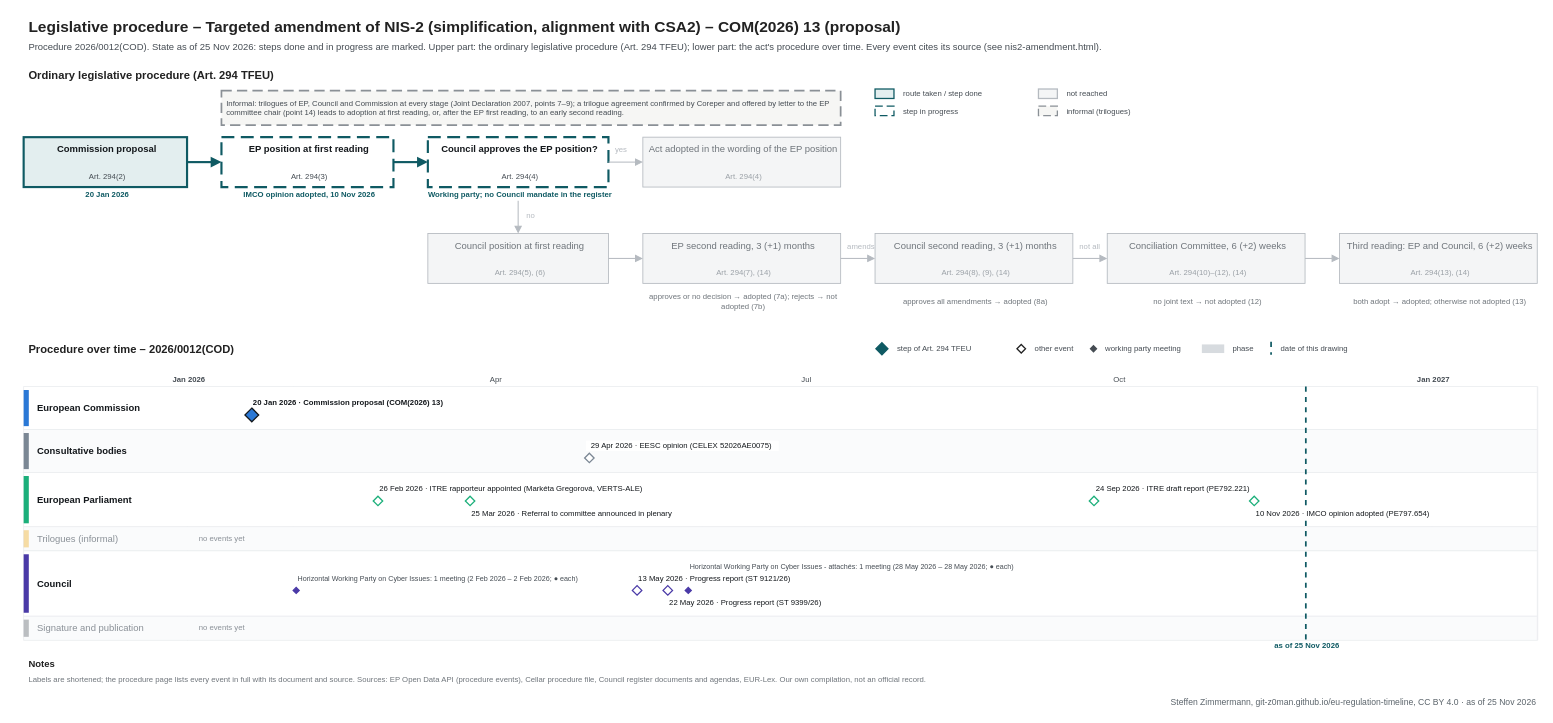
git-z0man/eu-regulation-timeline keeps this draw.io diagram as procedures/nis2-amendment.drawio. Above is the earlier version. Source tidied: cells renumbered, new cells numbered last; positions are measured from the earlier drawing's top-left corner, leaving out a move shared by most shapes. Both pictures are drawn from the tidied source at 86%, with x=0, y=0 at pixel (15, 15).
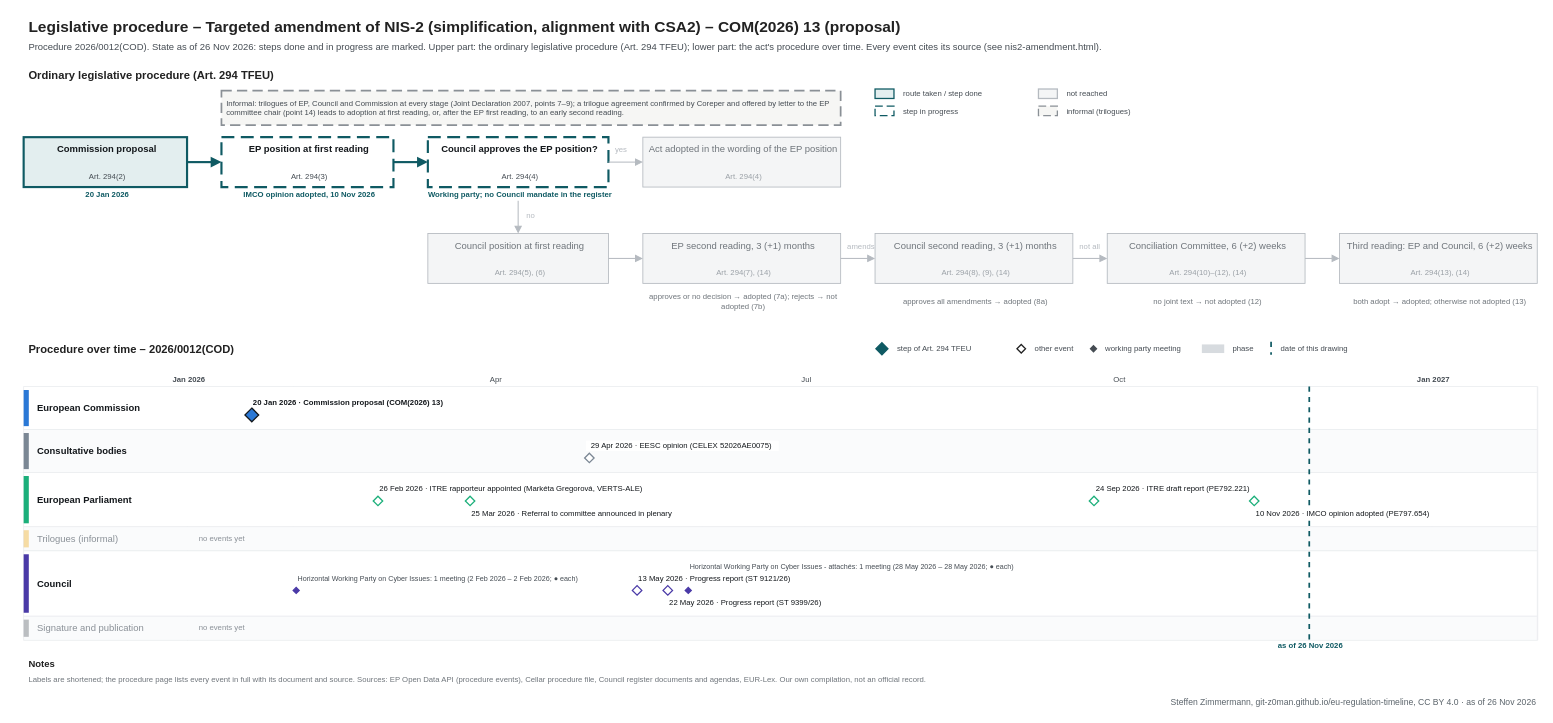
After the change.

Change to the diagram source:
```diff
@@
-    <mxCell id="3" value="Procedure 2026/0012(COD). State as of 25 Nov 2026: steps done and in progress are marked. Upper part: the ordinary legislative procedure (Art. 294 TFEU); lower part: the act's procedure over time. Every event cites its source (see nis2-amendment.html)." style="text;html=1;fontSize=11;fontColor=#454c53;align=left;verticalAlign=middle;spacingLeft=4;" parent="1" vertex="1">
+    <mxCell id="3" value="Procedure 2026/0012(COD). State as of 26 Nov 2026: steps done and in progress are marked. Upper part: the ordinary legislative procedure (Art. 294 TFEU); lower part: the act's procedure over time. Every event cites its source (see nis2-amendment.html)." style="text;html=1;fontSize=11;fontColor=#454c53;align=left;verticalAlign=middle;spacingLeft=4;" parent="1" vertex="1">
       <mxGeometry x="10" y="28" width="1700" height="18" as="geometry" />
     </mxCell>
@@
     <mxCell id="111" style="line;html=1;strokeWidth=2;strokeColor=#0f5a63;direction=south;dashed=1;" parent="1" vertex="1">
-      <mxGeometry x="1500.4" y="432" width="1" height="295" as="geometry" />
+      <mxGeometry x="1504.4" y="432" width="1" height="295" as="geometry" />
     </mxCell>
-    <mxCell id="112" value="as of 25 Nov 2026" style="text;html=1;fontSize=9;fontColor=#0f5a63;align=center;verticalAlign=middle;spacingLeft=4;fontStyle=1;" parent="1" vertex="1">
-      <mxGeometry x="1440.4" y="728" width="120" height="12" as="geometry" />
+    <mxCell id="112" value="as of 26 Nov 2026" style="text;html=1;fontSize=9;fontColor=#0f5a63;align=center;verticalAlign=middle;spacingLeft=4;fontStyle=1;" parent="1" vertex="1">
+      <mxGeometry x="1444.4" y="728" width="120" height="12" as="geometry" />
     </mxCell>
@@
-    <mxCell id="135" value="Steffen Zimmermann, git-z0man.github.io/eu-regulation-timeline, CC BY 4.0 · as of 25 Nov 2026" style="text;html=1;fontSize=10;fontColor=#5b646b;align=right;verticalAlign=middle;spacingLeft=4;" parent="1" vertex="1">
+    <mxCell id="135" value="Steffen Zimmermann, git-z0man.github.io/eu-regulation-timeline, CC BY 4.0 · as of 26 Nov 2026" style="text;html=1;fontSize=10;fontColor=#5b646b;align=right;verticalAlign=middle;spacingLeft=4;" parent="1" vertex="1">
       <mxGeometry x="10" y="791" width="1760" height="16" as="geometry" />
     </mxCell>
```
